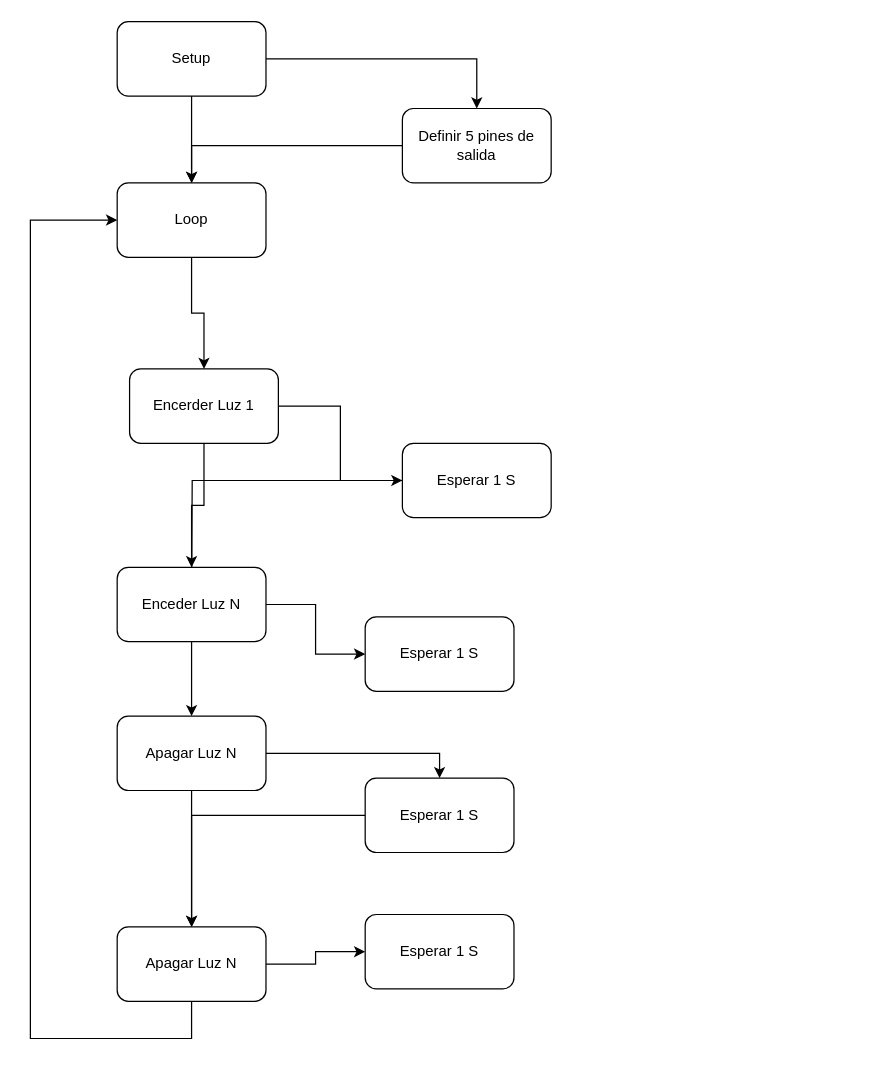
The draw.io diagram Untitled Diagram.drawio in sergio2526/IOT, before the edit. Source tidied: cells renumbered, new cells numbered last; positions are measured from the earlier drawing's top-left corner, leaving out a move shared by most shapes. Both pictures are drawn from the tidied source at 124%, with x=0, y=0 at pixel (30, 21).
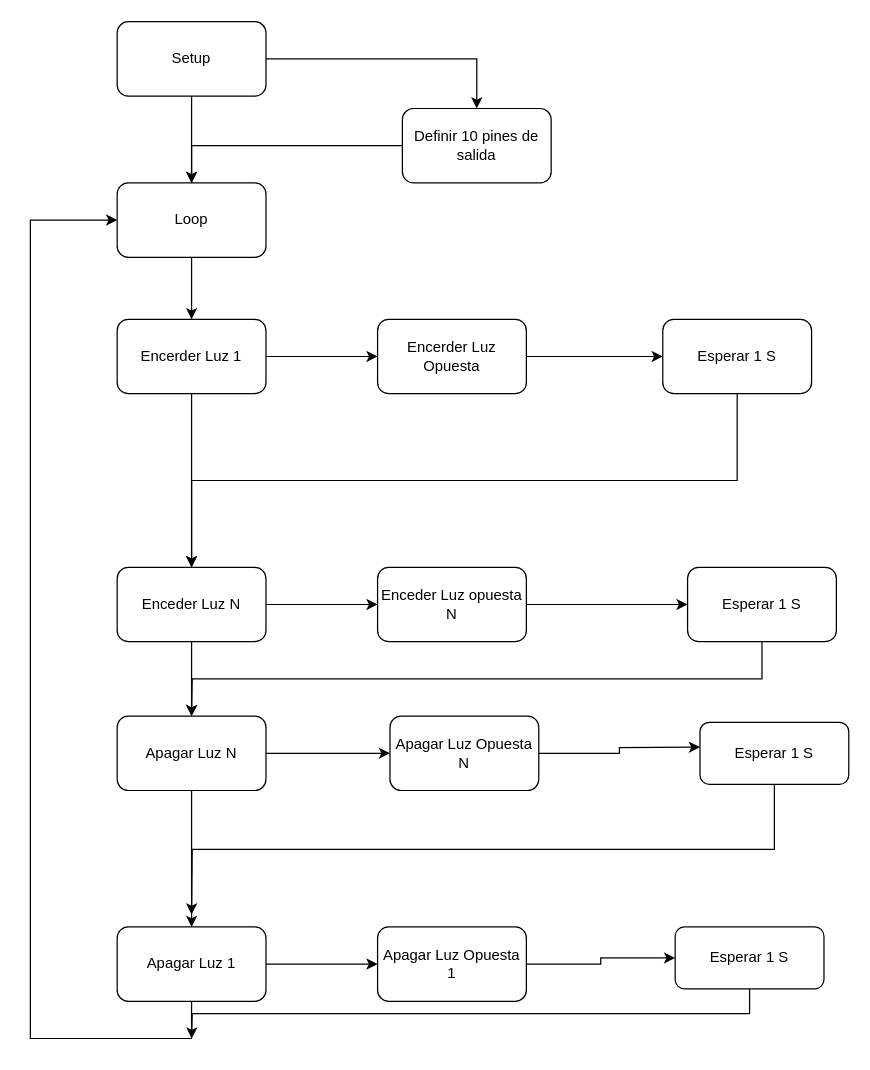
Above is the later version.

Unchanged cells that the change refers to:
```xml
<mxCell id="15" value="Enceder Luz N" style="whiteSpace=wrap;html=1;rounded=1;" parent="1" vertex="1">
  <mxGeometry x="70" y="440" width="120" height="60" as="geometry" />
</mxCell>
<mxCell id="21" value="Apagar Luz N" style="rounded=1;whiteSpace=wrap;html=1;" parent="1" vertex="1">
  <mxGeometry x="70" y="560" width="120" height="60" as="geometry" />
</mxCell>
```

Diff of the diagram source:
```diff
@@
-    <mxCell id="6" value="Definir 5 pines de salida&lt;br&gt;" style="whiteSpace=wrap;html=1;rounded=1;" parent="1" vertex="1">
+    <mxCell id="6" value="Definir 10 pines de salida" style="whiteSpace=wrap;html=1;rounded=1;" parent="1" vertex="1">
       <mxGeometry x="300" y="70" width="120" height="60" as="geometry" />
     </mxCell>
-    <mxCell id="7" style="edgeStyle=orthogonalEdgeStyle;rounded=0;jettySize=auto;html=1;" parent="1" edge="1" source="9" target="11">
-      <mxGeometry relative="1" as="geometry" />
-    </mxCell>
@@
+    <mxCell id="27" style="edgeStyle=orthogonalEdgeStyle;rounded=0;jettySize=auto;html=1;exitX=1;exitY=0.5;exitDx=0;exitDy=0;" parent="1" edge="1" source="9" target="33">
+      <mxGeometry relative="1" as="geometry" />
+    </mxCell>
     <mxCell id="9" value="Encerder Luz 1" style="whiteSpace=wrap;html=1;rounded=1;" parent="1" vertex="1">
-      <mxGeometry x="80" y="280" width="120" height="60" as="geometry" />
+      <mxGeometry x="70" y="240" width="120" height="60" as="geometry" />
     </mxCell>
-    <mxCell id="10" style="edgeStyle=orthogonalEdgeStyle;rounded=0;jettySize=auto;html=1;" parent="1" edge="1" source="11">
-      <mxGeometry relative="1" as="geometry">
-        <mxPoint x="130" y="470" as="targetPoint" />
-      </mxGeometry>
-    </mxCell>
+    <mxCell id="28" style="edgeStyle=orthogonalEdgeStyle;rounded=0;jettySize=auto;html=1;exitX=0.5;exitY=1;exitDx=0;exitDy=0;entryX=0.5;entryY=0;entryDx=0;entryDy=0;" parent="1" edge="1" source="11" target="15">
+      <mxGeometry relative="1" as="geometry" />
+    </mxCell>
     <mxCell id="11" value="Esperar 1 S" style="whiteSpace=wrap;html=1;rounded=1;" parent="1" vertex="1">
-      <mxGeometry x="300" y="340" width="120" height="60" as="geometry" />
+      <mxGeometry x="510" y="240" width="120" height="60" as="geometry" />
     </mxCell>
-    <mxCell id="12" style="edgeStyle=orthogonalEdgeStyle;rounded=0;jettySize=auto;html=1;" parent="1" edge="1" source="15" target="16">
+    <mxCell id="12" style="edgeStyle=orthogonalEdgeStyle;rounded=0;jettySize=auto;html=1;" parent="1" edge="1" source="34" target="16">
       <mxGeometry relative="1" as="geometry" />
     </mxCell>
@@
+    <mxCell id="29" style="edgeStyle=orthogonalEdgeStyle;rounded=0;jettySize=auto;html=1;exitX=0.5;exitY=1;exitDx=0;exitDy=0;" parent="1" edge="1" source="16">
+      <mxGeometry relative="1" as="geometry">
+        <mxPoint x="130" y="560" as="targetPoint" />
+      </mxGeometry>
+    </mxCell>
     <mxCell id="16" value="Esperar 1 S" style="whiteSpace=wrap;html=1;rounded=1;" parent="1" vertex="1">
-      <mxGeometry x="270" y="480" width="120" height="60" as="geometry" />
+      <mxGeometry x="530" y="440" width="120" height="60" as="geometry" />
     </mxCell>
@@
-    <mxCell id="19" style="edgeStyle=orthogonalEdgeStyle;rounded=0;jettySize=auto;html=1;exitX=1;exitY=0.5;exitDx=0;exitDy=0;entryX=0.5;entryY=0;entryDx=0;entryDy=0;" parent="1" edge="1" source="21" target="23">
-      <mxGeometry relative="1" as="geometry" />
-    </mxCell>
@@
+    <mxCell id="30" style="edgeStyle=orthogonalEdgeStyle;rounded=0;jettySize=auto;html=1;exitX=1;exitY=0.5;exitDx=0;exitDy=0;" parent="1" edge="1" source="21" target="37">
+      <mxGeometry relative="1" as="geometry" />
+    </mxCell>
@@
-    <mxCell id="22" style="edgeStyle=orthogonalEdgeStyle;rounded=0;jettySize=auto;html=1;entryX=0.5;entryY=0;entryDx=0;entryDy=0;" parent="1" edge="1" source="23" target="25">
-      <mxGeometry relative="1" as="geometry" />
-    </mxCell>
-    <mxCell id="23" value="Esperar 1 S" style="whiteSpace=wrap;html=1;rounded=1;" parent="1" vertex="1">
-      <mxGeometry x="270" y="610" width="120" height="60" as="geometry" />
-    </mxCell>
-    <mxCell id="24" style="edgeStyle=orthogonalEdgeStyle;rounded=0;jettySize=auto;html=1;exitX=1;exitY=0.5;exitDx=0;exitDy=0;" parent="1" edge="1" source="25" target="26">
-      <mxGeometry relative="1" as="geometry" />
-    </mxCell>
+    <mxCell id="31" style="edgeStyle=orthogonalEdgeStyle;rounded=0;jettySize=auto;html=1;exitX=1;exitY=0.5;exitDx=0;exitDy=0;entryX=0;entryY=0.5;entryDx=0;entryDy=0;" parent="1" edge="1" source="25" target="41">
+      <mxGeometry relative="1" as="geometry" />
+    </mxCell>
-    <mxCell id="25" value="Apagar Luz N" style="rounded=1;whiteSpace=wrap;html=1;" parent="1" vertex="1">
+    <mxCell id="25" value="Apagar Luz 1" style="rounded=1;whiteSpace=wrap;html=1;" parent="1" vertex="1">
       <mxGeometry x="70" y="730" width="120" height="60" as="geometry" />
     </mxCell>
-    <mxCell id="26" value="Esperar 1 S" style="whiteSpace=wrap;html=1;rounded=1;" parent="1" vertex="1">
-      <mxGeometry x="270" y="720" width="120" height="60" as="geometry" />
-    </mxCell>
+    <mxCell id="32" style="edgeStyle=orthogonalEdgeStyle;rounded=0;jettySize=auto;html=1;exitX=1;exitY=0.5;exitDx=0;exitDy=0;" parent="1" edge="1" source="33" target="11">
+      <mxGeometry relative="1" as="geometry" />
+    </mxCell>
+    <mxCell id="33" value="Encerder Luz Opuesta" style="whiteSpace=wrap;html=1;rounded=1;" parent="1" vertex="1">
+      <mxGeometry x="280" y="240" width="120" height="60" as="geometry" />
+    </mxCell>
+    <mxCell id="34" value="Enceder Luz opuesta N" style="whiteSpace=wrap;html=1;rounded=1;" parent="1" vertex="1">
+      <mxGeometry x="280" y="440" width="120" height="60" as="geometry" />
+    </mxCell>
+    <mxCell id="35" style="edgeStyle=orthogonalEdgeStyle;rounded=0;jettySize=auto;html=1;" parent="1" edge="1" source="15" target="34">
+      <mxGeometry relative="1" as="geometry" />
+    </mxCell>
+    <mxCell id="36" style="edgeStyle=orthogonalEdgeStyle;rounded=0;jettySize=auto;html=1;exitX=1;exitY=0.5;exitDx=0;exitDy=0;entryX=0.083;entryY=0.5;entryDx=0;entryDy=0;entryPerimeter=0;" parent="1" edge="1" source="37">
+      <mxGeometry relative="1" as="geometry">
+        <mxPoint x="540" y="585" as="targetPoint" />
+      </mxGeometry>
+    </mxCell>
+    <mxCell id="37" value="Apagar Luz Opuesta N" style="rounded=1;whiteSpace=wrap;html=1;" parent="1" vertex="1">
+      <mxGeometry x="290" y="560" width="120" height="60" as="geometry" />
+    </mxCell>
+    <mxCell id="38" style="edgeStyle=orthogonalEdgeStyle;rounded=0;jettySize=auto;html=1;exitX=0.5;exitY=1;exitDx=0;exitDy=0;" parent="1" edge="1" source="39">
+      <mxGeometry relative="1" as="geometry">
+        <mxPoint x="130" y="720" as="targetPoint" />
+      </mxGeometry>
+    </mxCell>
+    <mxCell id="39" value="Esperar 1 S" style="whiteSpace=wrap;html=1;rounded=1;" parent="1" vertex="1">
+      <mxGeometry x="540" y="565" width="120" height="50" as="geometry" />
+    </mxCell>
+    <mxCell id="40" style="edgeStyle=orthogonalEdgeStyle;rounded=0;jettySize=auto;html=1;exitX=1;exitY=0.5;exitDx=0;exitDy=0;entryX=0;entryY=0.5;entryDx=0;entryDy=0;" parent="1" edge="1" source="41" target="43">
+      <mxGeometry relative="1" as="geometry" />
+    </mxCell>
+    <mxCell id="41" value="Apagar Luz Opuesta 1" style="rounded=1;whiteSpace=wrap;html=1;" parent="1" vertex="1">
+      <mxGeometry x="280" y="730" width="120" height="60" as="geometry" />
+    </mxCell>
+    <mxCell id="42" style="edgeStyle=orthogonalEdgeStyle;rounded=0;jettySize=auto;html=1;exitX=0.5;exitY=1;exitDx=0;exitDy=0;" parent="1" edge="1" source="43">
+      <mxGeometry relative="1" as="geometry">
+        <mxPoint x="130" y="820" as="targetPoint" />
+      </mxGeometry>
+    </mxCell>
+    <mxCell id="43" value="Esperar 1 S" style="whiteSpace=wrap;html=1;rounded=1;" parent="1" vertex="1">
+      <mxGeometry x="520" y="730" width="120" height="50" as="geometry" />
+    </mxCell>
```
